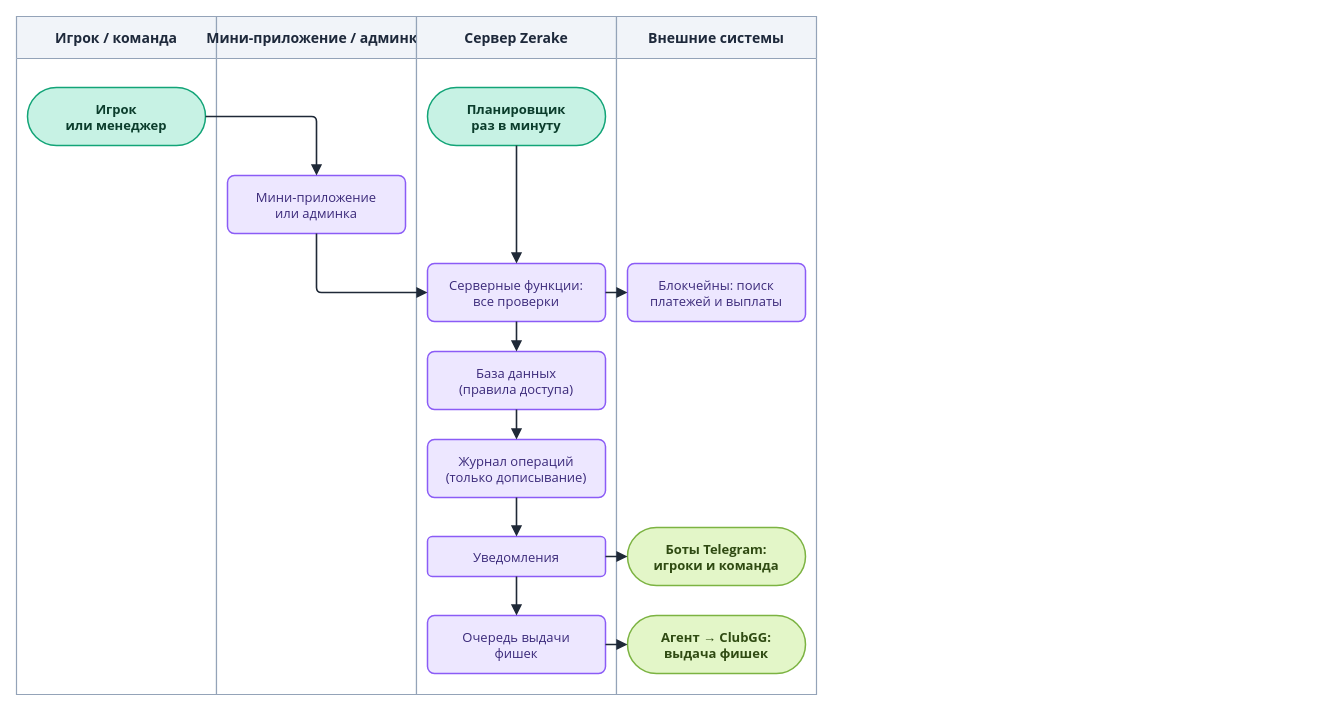
The draw.io diagram diagrams/drawio/architecture.drawio in LILSUFFER/zerake-docs, before the edit. Source tidied: cells renumbered, new cells numbered last; positions are measured from the earlier drawing's top-left corner, leaving out a move shared by most shapes. Both pictures are drawn from the tidied source at 100%, with x=0, y=0 at pixel (16, 16).
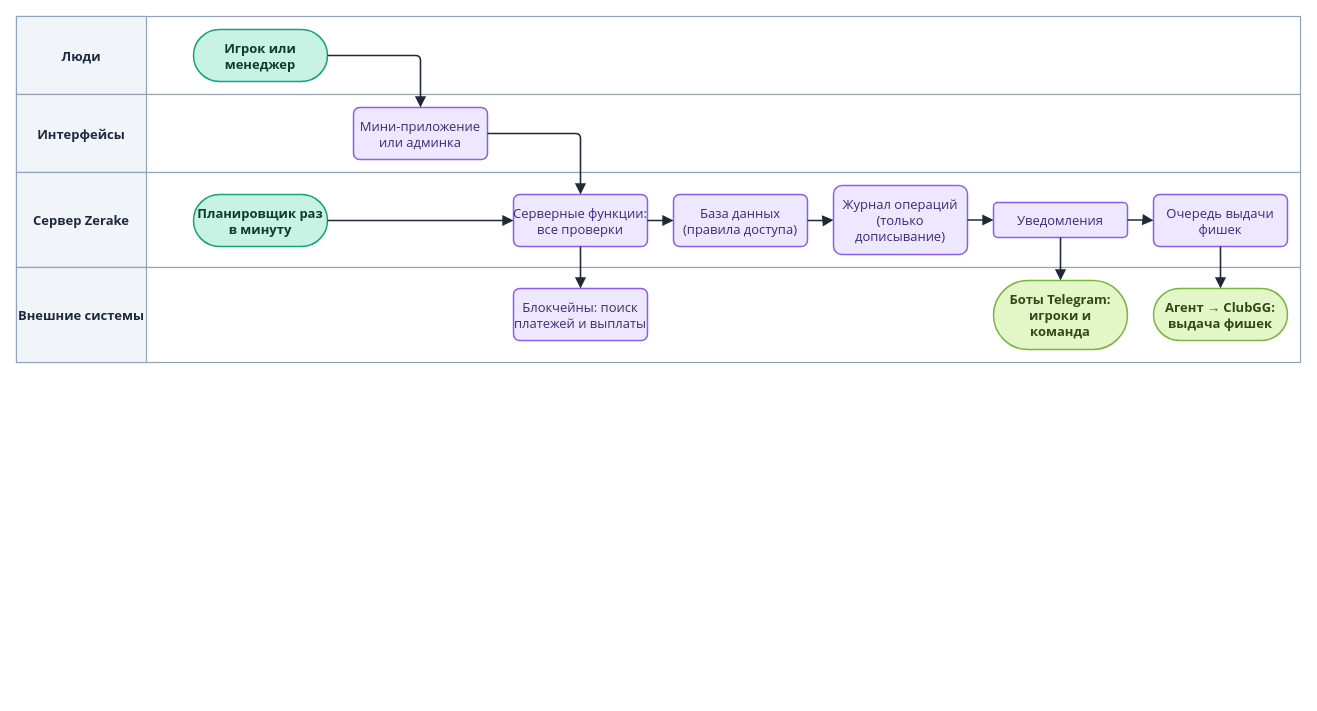
The same page after the edit.

What changed in the source:
```diff
@@
-    <mxCell id="2" value="Игрок / команда" style="swimlane;horizontal=1;startSize=42;fillColor=#F1F4F9;swimlaneFillColor=#FFFFFF;strokeColor=#94A3B8;fontColor=#1E293B;fontStyle=1;fontSize=14;fontFamily=Segoe UI;strokeWidth=1.2;" parent="1" vertex="1">
-      <mxGeometry width="200" height="678" as="geometry" />
-    </mxCell>
-    <mxCell id="3" value="Мини-приложение / админка" style="swimlane;horizontal=1;startSize=42;fillColor=#F1F4F9;swimlaneFillColor=#FFFFFF;strokeColor=#94A3B8;fontColor=#1E293B;fontStyle=1;fontSize=14;fontFamily=Segoe UI;strokeWidth=1.2;" parent="1" vertex="1">
-      <mxGeometry x="200" width="200" height="678" as="geometry" />
-    </mxCell>
+    <mxCell id="27" style="rounded=0;html=0;fillColor=#FFFFFF;strokeColor=#94A3B8;strokeWidth=1.2;" parent="1" vertex="1">
+      <mxGeometry width="1284" height="78" as="geometry" />
+    </mxCell>
+    <mxCell id="28" value="Люди" style="rounded=0;html=0;fillColor=#F1F4F9;strokeColor=#94A3B8;strokeWidth=1.2;fontColor=#1E293B;fontStyle=1;fontSize=13;fontFamily=Segoe UI;align=center;verticalAlign=middle;" parent="1" vertex="1">
+      <mxGeometry width="130" height="78" as="geometry" />
+    </mxCell>
+    <mxCell id="29" style="rounded=0;html=0;fillColor=#FFFFFF;strokeColor=#94A3B8;strokeWidth=1.2;" parent="1" vertex="1">
+      <mxGeometry y="78" width="1284" height="78" as="geometry" />
+    </mxCell>
+    <mxCell id="30" value="Интерфейсы" style="rounded=0;html=0;fillColor=#F1F4F9;strokeColor=#94A3B8;strokeWidth=1.2;fontColor=#1E293B;fontStyle=1;fontSize=13;fontFamily=Segoe UI;align=center;verticalAlign=middle;" parent="1" vertex="1">
+      <mxGeometry y="78" width="130" height="78" as="geometry" />
+    </mxCell>
+    <mxCell id="31" style="rounded=0;html=0;fillColor=#FFFFFF;strokeColor=#94A3B8;strokeWidth=1.2;" parent="1" vertex="1">
+      <mxGeometry y="156" width="1284" height="95" as="geometry" />
+    </mxCell>
-    <mxCell id="4" value="Сервер Zerake" style="swimlane;horizontal=1;startSize=42;fillColor=#F1F4F9;swimlaneFillColor=#FFFFFF;strokeColor=#94A3B8;fontColor=#1E293B;fontStyle=1;fontSize=14;fontFamily=Segoe UI;strokeWidth=1.2;" parent="1" vertex="1">
-      <mxGeometry x="400" width="200" height="678" as="geometry" />
+    <mxCell id="4" value="Сервер Zerake" style="rounded=0;html=0;fillColor=#F1F4F9;strokeColor=#94A3B8;strokeWidth=1.2;fontColor=#1E293B;fontStyle=1;fontSize=13;fontFamily=Segoe UI;align=center;verticalAlign=middle;" parent="1" vertex="1">
+      <mxGeometry y="156" width="130" height="95" as="geometry" />
     </mxCell>
+    <mxCell id="32" style="rounded=0;html=0;fillColor=#FFFFFF;strokeColor=#94A3B8;strokeWidth=1.2;" parent="1" vertex="1">
+      <mxGeometry y="251" width="1284" height="95" as="geometry" />
+    </mxCell>
-    <mxCell id="5" value="Внешние системы" style="swimlane;horizontal=1;startSize=42;fillColor=#F1F4F9;swimlaneFillColor=#FFFFFF;strokeColor=#94A3B8;fontColor=#1E293B;fontStyle=1;fontSize=14;fontFamily=Segoe UI;strokeWidth=1.2;" parent="1" vertex="1">
-      <mxGeometry x="600" width="200" height="678" as="geometry" />
+    <mxCell id="5" value="Внешние системы" style="rounded=0;html=0;fillColor=#F1F4F9;strokeColor=#94A3B8;strokeWidth=1.2;fontColor=#1E293B;fontStyle=1;fontSize=13;fontFamily=Segoe UI;align=center;verticalAlign=middle;" parent="1" vertex="1">
+      <mxGeometry y="251" width="130" height="95" as="geometry" />
     </mxCell>
-    <mxCell id="6" value="Игрок&#10;или менеджер" style="rounded=1;arcSize=50;html=0;fontStyle=1;fillColor=#C7F2E4;strokeColor=#12A477;fontColor=#0B3D2C;fontFamily=Segoe UI;fontSize=13;strokeWidth=1.5;" parent="1" vertex="1">
-      <mxGeometry x="11" y="71" width="178" height="58" as="geometry" />
+    <mxCell id="6" value="Игрок или&#10;менеджер" style="rounded=1;arcSize=50;html=0;fontStyle=1;fillColor=#C7F2E4;strokeColor=#12A477;fontColor=#0B3D2C;fontFamily=Segoe UI;fontSize=13;strokeWidth=1.5;" parent="1" vertex="1">
+      <mxGeometry x="177" y="13" width="134" height="52" as="geometry" />
     </mxCell>
     <mxCell id="7" value="Мини-приложение&#10;или админка" style="rounded=1;arcSize=12;html=0;fillColor=#EDE7FF;strokeColor=#8B5CF6;fontColor=#3B2A7A;fontFamily=Segoe UI;fontSize=13;strokeWidth=1.5;" parent="1" vertex="1">
-      <mxGeometry x="211" y="159" width="178" height="58" as="geometry" />
+      <mxGeometry x="337" y="91" width="134" height="52" as="geometry" />
     </mxCell>
-    <mxCell id="8" value="Планировщик&#10;раз в минуту" style="rounded=1;arcSize=50;html=0;fontStyle=1;fillColor=#C7F2E4;strokeColor=#12A477;fontColor=#0B3D2C;fontFamily=Segoe UI;fontSize=13;strokeWidth=1.5;" parent="1" vertex="1">
-      <mxGeometry x="411" y="71" width="178" height="58" as="geometry" />
+    <mxCell id="8" value="Планировщик раз&#10;в минуту" style="rounded=1;arcSize=50;html=0;fontStyle=1;fillColor=#C7F2E4;strokeColor=#12A477;fontColor=#0B3D2C;fontFamily=Segoe UI;fontSize=13;strokeWidth=1.5;" parent="1" vertex="1">
+      <mxGeometry x="177" y="178" width="134" height="52" as="geometry" />
     </mxCell>
     <mxCell id="9" value="Серверные функции:&#10;все проверки" style="rounded=1;arcSize=12;html=0;fillColor=#EDE7FF;strokeColor=#8B5CF6;fontColor=#3B2A7A;fontFamily=Segoe UI;fontSize=13;strokeWidth=1.5;" parent="1" vertex="1">
-      <mxGeometry x="411" y="247" width="178" height="58" as="geometry" />
+      <mxGeometry x="497" y="178" width="134" height="52" as="geometry" />
     </mxCell>
     <mxCell id="10" value="Блокчейны: поиск&#10;платежей и выплаты" style="rounded=1;arcSize=12;html=0;fillColor=#EDE7FF;strokeColor=#8B5CF6;fontColor=#3B2A7A;fontFamily=Segoe UI;fontSize=13;strokeWidth=1.5;" parent="1" vertex="1">
-      <mxGeometry x="611" y="247" width="178" height="58" as="geometry" />
+      <mxGeometry x="497" y="272" width="134" height="52" as="geometry" />
     </mxCell>
     <mxCell id="11" value="База данных&#10;(правила доступа)" style="rounded=1;arcSize=12;html=0;fillColor=#EDE7FF;strokeColor=#8B5CF6;fontColor=#3B2A7A;fontFamily=Segoe UI;fontSize=13;strokeWidth=1.5;" parent="1" vertex="1">
-      <mxGeometry x="411" y="335" width="178" height="58" as="geometry" />
+      <mxGeometry x="657" y="178" width="134" height="52" as="geometry" />
     </mxCell>
-    <mxCell id="12" value="Журнал операций&#10;(только дописывание)" style="rounded=1;arcSize=12;html=0;fillColor=#EDE7FF;strokeColor=#8B5CF6;fontColor=#3B2A7A;fontFamily=Segoe UI;fontSize=13;strokeWidth=1.5;" parent="1" vertex="1">
-      <mxGeometry x="411" y="423" width="178" height="58" as="geometry" />
+    <mxCell id="12" value="Журнал операций&#10;(только&#10;дописывание)" style="rounded=1;arcSize=12;html=0;fillColor=#EDE7FF;strokeColor=#8B5CF6;fontColor=#3B2A7A;fontFamily=Segoe UI;fontSize=13;strokeWidth=1.5;" parent="1" vertex="1">
+      <mxGeometry x="817" y="169" width="134" height="69" as="geometry" />
     </mxCell>
     <mxCell id="13" value="Уведомления" style="rounded=1;arcSize=12;html=0;fillColor=#EDE7FF;strokeColor=#8B5CF6;fontColor=#3B2A7A;fontFamily=Segoe UI;fontSize=13;strokeWidth=1.5;" parent="1" vertex="1">
-      <mxGeometry x="411" y="520" width="178" height="40" as="geometry" />
+      <mxGeometry x="977" y="186" width="134" height="35" as="geometry" />
     </mxCell>
-    <mxCell id="14" value="Боты Telegram:&#10;игроки и команда" style="rounded=1;arcSize=50;html=0;fontStyle=1;fillColor=#E3F6C8;strokeColor=#7CB342;fontColor=#2F4A12;fontFamily=Segoe UI;fontSize=13;strokeWidth=1.5;" parent="1" vertex="1">
-      <mxGeometry x="611" y="511" width="178" height="58" as="geometry" />
+    <mxCell id="14" value="Боты Telegram:&#10;игроки и&#10;команда" style="rounded=1;arcSize=50;html=0;fontStyle=1;fillColor=#E3F6C8;strokeColor=#7CB342;fontColor=#2F4A12;fontFamily=Segoe UI;fontSize=13;strokeWidth=1.5;" parent="1" vertex="1">
+      <mxGeometry x="977" y="264" width="134" height="69" as="geometry" />
     </mxCell>
     <mxCell id="15" value="Очередь выдачи&#10;фишек" style="rounded=1;arcSize=12;html=0;fillColor=#EDE7FF;strokeColor=#8B5CF6;fontColor=#3B2A7A;fontFamily=Segoe UI;fontSize=13;strokeWidth=1.5;" parent="1" vertex="1">
-      <mxGeometry x="411" y="599" width="178" height="58" as="geometry" />
+      <mxGeometry x="1137" y="178" width="134" height="52" as="geometry" />
     </mxCell>
     <mxCell id="16" value="Агент → ClubGG:&#10;выдача фишек" style="rounded=1;arcSize=50;html=0;fontStyle=1;fillColor=#E3F6C8;strokeColor=#7CB342;fontColor=#2F4A12;fontFamily=Segoe UI;fontSize=13;strokeWidth=1.5;" parent="1" vertex="1">
-      <mxGeometry x="611" y="599" width="178" height="58" as="geometry" />
+      <mxGeometry x="1137" y="272" width="134" height="52" as="geometry" />
     </mxCell>
@@
-    <mxCell id="18" style="edgeStyle=orthogonalEdgeStyle;rounded=1;arcSize=10;jettySize=auto;html=0;strokeColor=#1F2937;strokeWidth=1.6;endArrow=block;endFill=1;endSize=7;fontFamily=Segoe UI;fontSize=12;fontStyle=1;fontColor=#334155;labelBackgroundColor=#FFFFFF;exitX=0.5;exitY=1;entryX=0;entryY=0.5;" parent="1" edge="1" source="7" target="9">
+    <mxCell id="18" style="edgeStyle=orthogonalEdgeStyle;rounded=1;arcSize=10;jettySize=auto;html=0;strokeColor=#1F2937;strokeWidth=1.6;endArrow=block;endFill=1;endSize=7;fontFamily=Segoe UI;fontSize=12;fontStyle=1;fontColor=#334155;labelBackgroundColor=#FFFFFF;exitX=1;exitY=0.5;entryX=0.5;entryY=0;" parent="1" edge="1" source="7" target="9">
       <mxGeometry relative="1" as="geometry" />
     </mxCell>
```
